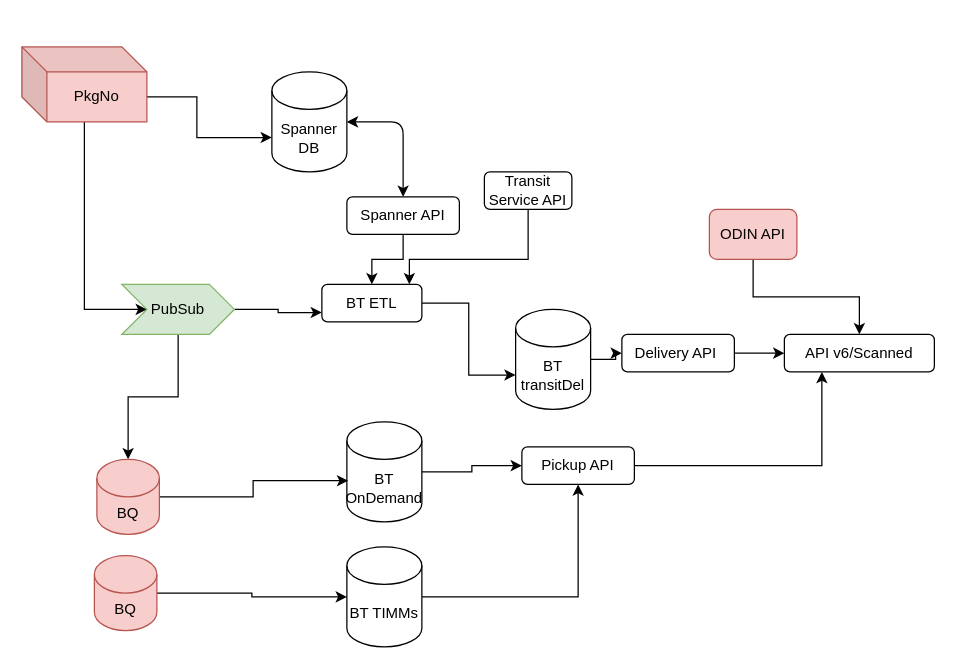
Before: Untitled Diagram.drawio in sachinborse/flow-diagrams, a draw.io diagram. Source tidied: cells renumbered, new cells numbered last; positions are measured from the earlier drawing's top-left corner, leaving out a move shared by most shapes. Both pictures are drawn from the tidied source at 125%, with x=0, y=0 at pixel (21, 46).
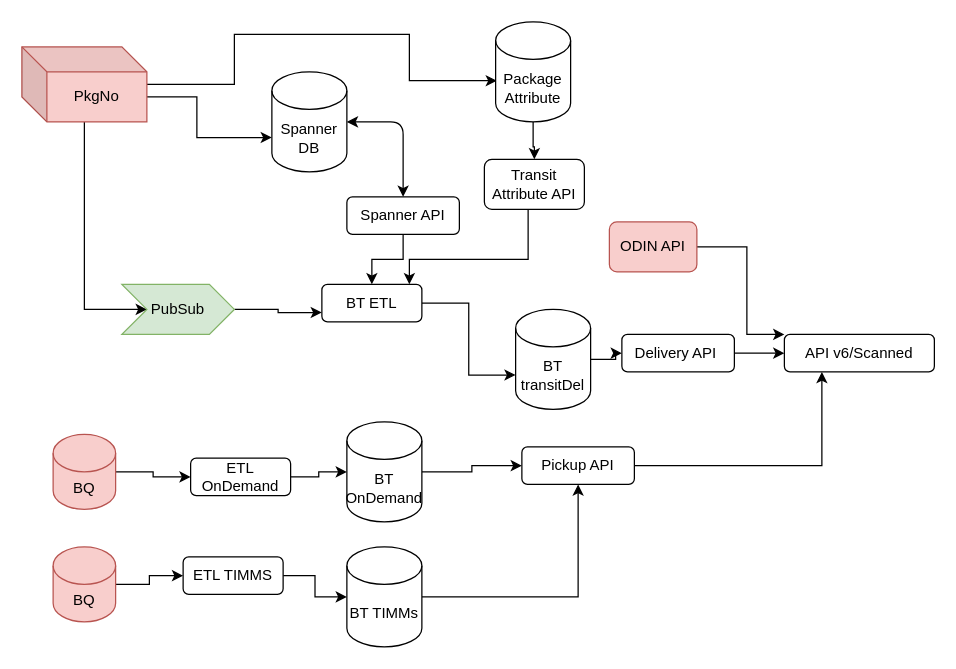
Above is the later version.

Unchanged cells that the change refers to:
```xml
<mxCell id="4" value="PkgNo" style="shape=cube;whiteSpace=wrap;html=1;boundedLbl=1;backgroundOutline=1;darkOpacity=0.05;darkOpacity2=0.1;fillColor=#f8cecc;strokeColor=#b85450;" parent="1" vertex="1">
  <mxGeometry width="100" height="60" as="geometry" />
</mxCell>
<mxCell id="8" value="PubSub" style="shape=step;perimeter=stepPerimeter;whiteSpace=wrap;html=1;fixedSize=1;fillColor=#d5e8d4;strokeColor=#82b366;" parent="1" vertex="1">
  <mxGeometry x="80" y="190" width="90" height="40" as="geometry" />
</mxCell>
<mxCell id="18" value="API v6/Scanned" style="rounded=1;whiteSpace=wrap;html=1;" parent="1" vertex="1">
  <mxGeometry x="610" y="230" width="120" height="30" as="geometry" />
</mxCell>
<mxCell id="20" value="Pickup API" style="rounded=1;whiteSpace=wrap;html=1;" parent="1" vertex="1">
  <mxGeometry x="400" y="320" width="90" height="30" as="geometry" />
</mxCell>
<mxCell id="26" value="BT OnDemand" style="shape=cylinder3;whiteSpace=wrap;html=1;boundedLbl=1;backgroundOutline=1;size=15;" parent="1" vertex="1">
  <mxGeometry x="260" y="300" width="60" height="80" as="geometry" />
</mxCell>
<mxCell id="28" value="BT TIMMs" style="shape=cylinder3;whiteSpace=wrap;html=1;boundedLbl=1;backgroundOutline=1;size=15;" parent="1" vertex="1">
  <mxGeometry x="260" y="400" width="60" height="80" as="geometry" />
</mxCell>
```

The edit, as a diff of the source:
```diff
@@
+    <mxCell id="33" style="edgeStyle=orthogonalEdgeStyle;rounded=0;jettySize=auto;html=1;entryX=0.017;entryY=0.588;entryDx=0;entryDy=0;entryPerimeter=0;" parent="1" edge="1" source="4" target="37">
+      <mxGeometry relative="1" as="geometry">
+        <Array as="points">
+          <mxPoint x="170" y="30" />
+          <mxPoint x="170" y="-10" />
+          <mxPoint x="310" y="-10" />
+          <mxPoint x="310" y="27" />
+        </Array>
+      </mxGeometry>
+    </mxCell>
@@
-    <mxCell id="7" style="edgeStyle=orthogonalEdgeStyle;rounded=0;jettySize=auto;html=1;" parent="1" edge="1" source="8" target="30">
-      <mxGeometry relative="1" as="geometry" />
-    </mxCell>
@@
-    <mxCell id="17" value="Transit Service API" style="rounded=1;whiteSpace=wrap;html=1;" parent="1" vertex="1">
-      <mxGeometry x="370" y="100" width="70" height="30" as="geometry" />
+    <mxCell id="17" value="Transit Attribute API" style="rounded=1;whiteSpace=wrap;html=1;" parent="1" vertex="1">
+      <mxGeometry x="370" y="90" width="80" height="40" as="geometry" />
     </mxCell>
@@
     <mxCell id="19" style="edgeStyle=orthogonalEdgeStyle;rounded=0;jettySize=auto;html=1;entryX=0.25;entryY=1;entryDx=0;entryDy=0;" parent="1" edge="1" source="20" target="18">
-      <mxGeometry relative="1" as="geometry" />
+      <mxGeometry relative="1" as="geometry">
+        <Array as="points">
+          <mxPoint x="640" y="335" />
+        </Array>
+      </mxGeometry>
     </mxCell>
@@
-    <mxCell id="23" style="edgeStyle=orthogonalEdgeStyle;rounded=0;jettySize=auto;html=1;entryX=0.5;entryY=0;entryDx=0;entryDy=0;" parent="1" edge="1" source="24" target="18">
-      <mxGeometry relative="1" as="geometry" />
+    <mxCell id="23" style="edgeStyle=orthogonalEdgeStyle;rounded=0;jettySize=auto;html=1;" parent="1" edge="1" source="24">
+      <mxGeometry relative="1" as="geometry">
+        <mxPoint x="610" y="230" as="targetPoint" />
+        <Array as="points">
+          <mxPoint x="580" y="160" />
+          <mxPoint x="580" y="230" />
+        </Array>
+      </mxGeometry>
     </mxCell>
     <mxCell id="24" value="ODIN API" style="rounded=1;whiteSpace=wrap;html=1;fillColor=#f8cecc;strokeColor=#b85450;" parent="1" vertex="1">
-      <mxGeometry x="550" y="130" width="70" height="40" as="geometry" />
+      <mxGeometry x="470" y="140" width="70" height="40" as="geometry" />
     </mxCell>
@@
-    <mxCell id="29" style="edgeStyle=orthogonalEdgeStyle;rounded=0;jettySize=auto;html=1;entryX=0.017;entryY=0.588;entryDx=0;entryDy=0;entryPerimeter=0;" parent="1" edge="1" source="30" target="26">
-      <mxGeometry relative="1" as="geometry" />
-    </mxCell>
+    <mxCell id="34" style="edgeStyle=orthogonalEdgeStyle;rounded=0;jettySize=auto;html=1;entryX=0;entryY=0.5;entryDx=0;entryDy=0;" parent="1" edge="1" source="30" target="39">
+      <mxGeometry relative="1" as="geometry" />
+    </mxCell>
     <mxCell id="30" value="BQ" style="shape=cylinder3;whiteSpace=wrap;html=1;boundedLbl=1;backgroundOutline=1;size=15;fillColor=#f8cecc;strokeColor=#b85450;" parent="1" vertex="1">
-      <mxGeometry x="60" y="330" width="50" height="60" as="geometry" />
+      <mxGeometry x="25" y="310" width="50" height="60" as="geometry" />
     </mxCell>
-    <mxCell id="31" style="edgeStyle=orthogonalEdgeStyle;rounded=0;jettySize=auto;html=1;entryX=0;entryY=0.5;entryDx=0;entryDy=0;entryPerimeter=0;" parent="1" edge="1" source="32" target="28">
-      <mxGeometry relative="1" as="geometry" />
-    </mxCell>
+    <mxCell id="35" style="edgeStyle=orthogonalEdgeStyle;rounded=0;jettySize=auto;html=1;" parent="1" edge="1" source="32" target="41">
+      <mxGeometry relative="1" as="geometry" />
+    </mxCell>
     <mxCell id="32" value="BQ" style="shape=cylinder3;whiteSpace=wrap;html=1;boundedLbl=1;backgroundOutline=1;size=15;fillColor=#f8cecc;strokeColor=#b85450;" parent="1" vertex="1">
-      <mxGeometry x="58" y="407" width="50" height="60" as="geometry" />
+      <mxGeometry x="25" y="400" width="50" height="60" as="geometry" />
     </mxCell>
+    <mxCell id="36" style="edgeStyle=orthogonalEdgeStyle;rounded=0;jettySize=auto;html=1;" parent="1" edge="1" source="37" target="17">
+      <mxGeometry relative="1" as="geometry" />
+    </mxCell>
+    <mxCell id="37" value="Package Attribute" style="shape=cylinder3;whiteSpace=wrap;html=1;boundedLbl=1;backgroundOutline=1;size=15;" parent="1" vertex="1">
+      <mxGeometry x="379" y="-20" width="60" height="80" as="geometry" />
+    </mxCell>
+    <mxCell id="38" style="edgeStyle=orthogonalEdgeStyle;rounded=0;jettySize=auto;html=1;" parent="1" edge="1" source="39" target="26">
+      <mxGeometry relative="1" as="geometry" />
+    </mxCell>
+    <mxCell id="39" value="ETL OnDemand" style="rounded=1;whiteSpace=wrap;html=1;" parent="1" vertex="1">
+      <mxGeometry x="135" y="329" width="80" height="30" as="geometry" />
+    </mxCell>
+    <mxCell id="40" style="edgeStyle=orthogonalEdgeStyle;rounded=0;jettySize=auto;html=1;" parent="1" edge="1" source="41" target="28">
+      <mxGeometry relative="1" as="geometry" />
+    </mxCell>
+    <mxCell id="41" value="ETL TIMMS" style="rounded=1;whiteSpace=wrap;html=1;" parent="1" vertex="1">
+      <mxGeometry x="129" y="408" width="80" height="30" as="geometry" />
+    </mxCell>
```
